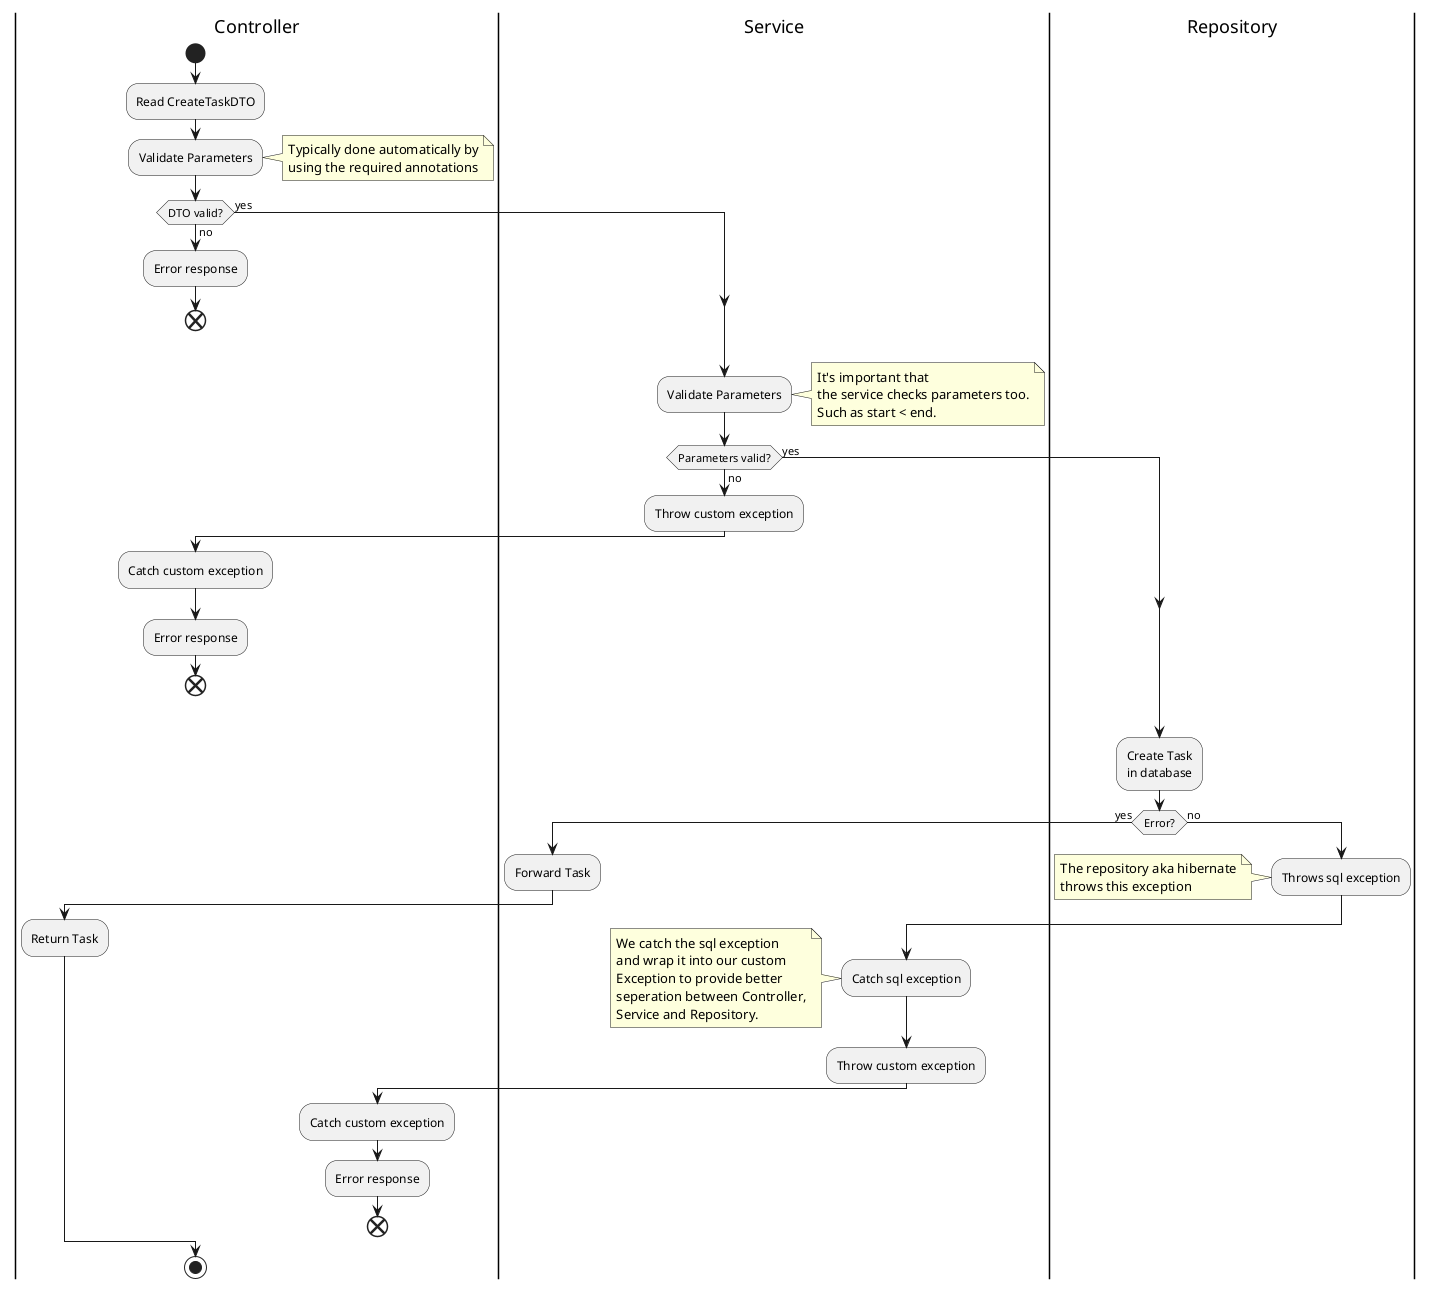
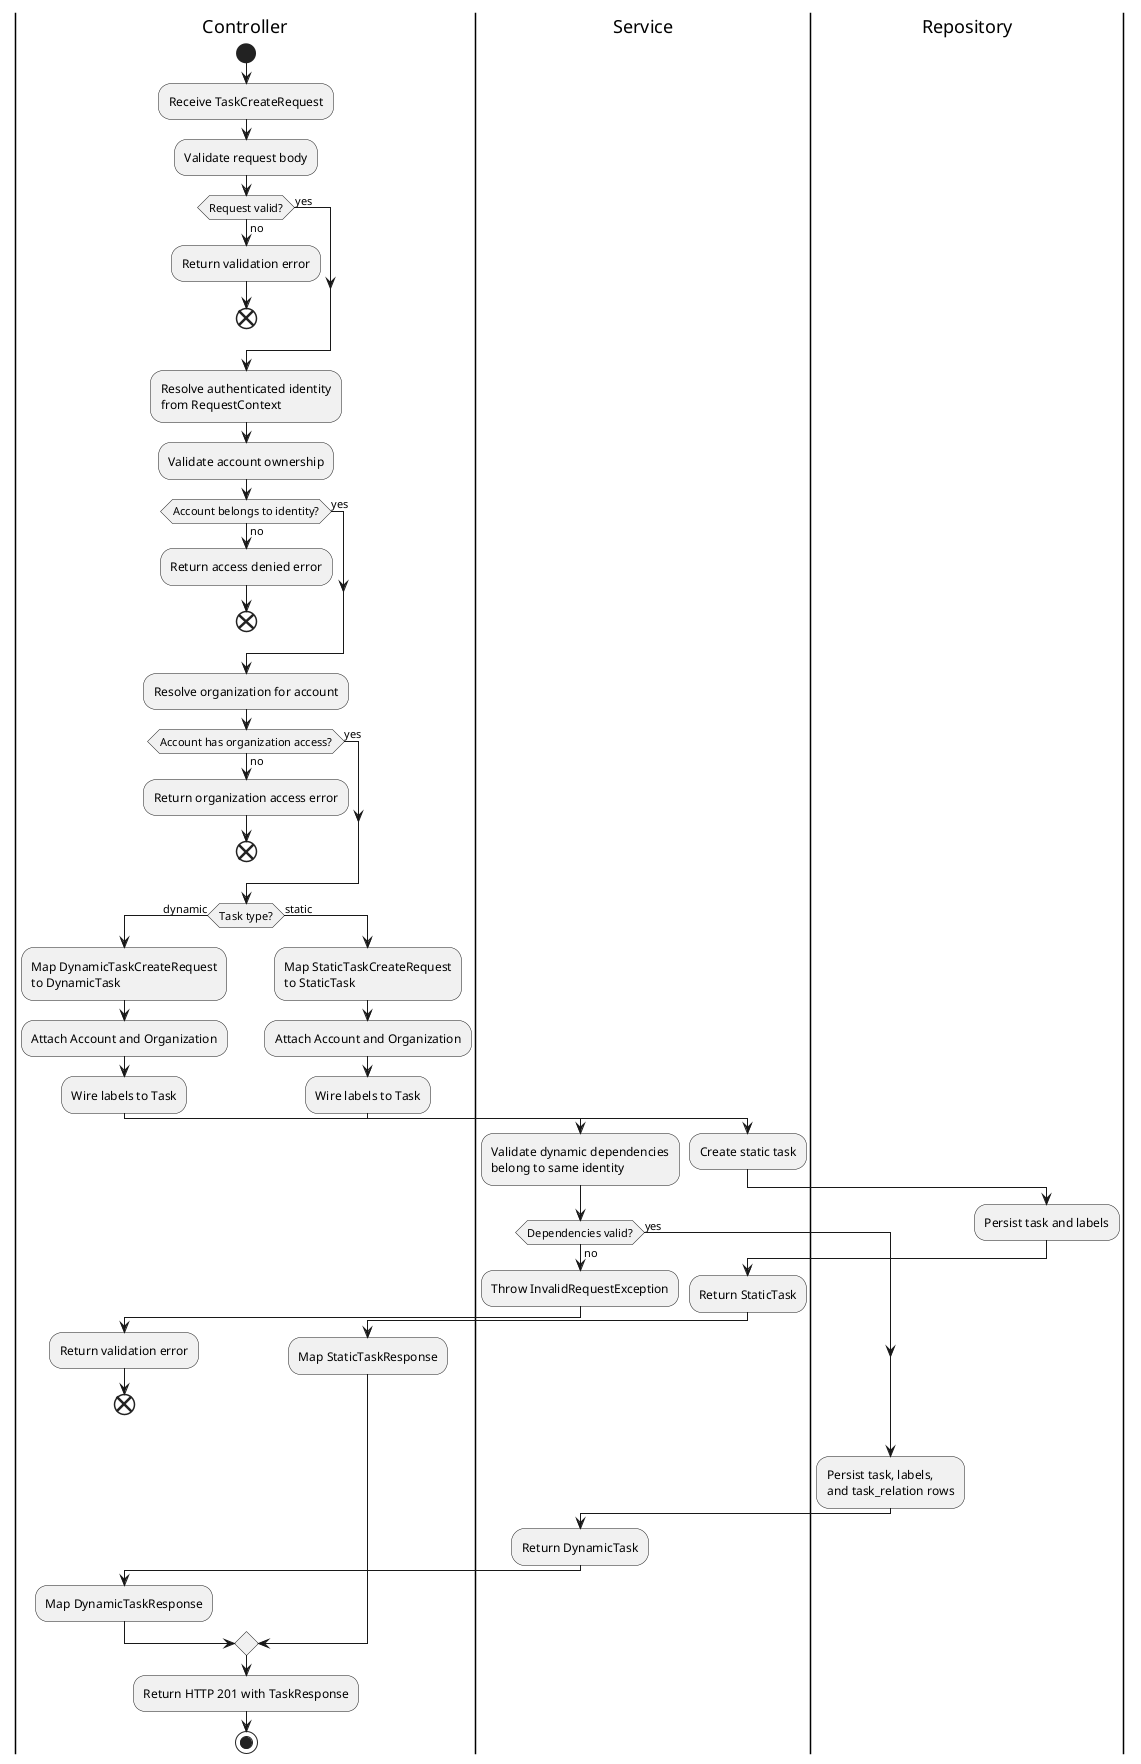
@startuml
|Controller|
start
- :Read CreateTaskDTO;
- :Validate Parameters;
- note right
-   Typically done automatically by
-   using the required annotations
- end note
- if (DTO valid?) then (yes)
+ :Receive TaskCreateRequest;
+ :Validate request body;
+ 
+ if (Request valid?) then (yes)
else (no)
-     :Error response;
+     :Return validation error;
    end
endif
- |Service|
- :Validate Parameters;
- note right
-   It's important that
-   the service checks parameters too.
-   Such as start < end.
- end note
- if (Parameters valid?) then (yes)
+ 
+ :Resolve authenticated identity
+ from RequestContext;
+ :Validate account ownership;
+ 
+ if (Account belongs to identity?) then (yes)
else (no)
-     :Throw custom exception;
-     |Controller|
-     :Catch custom exception;
-     :Error response;
+     :Return access denied error;
    end
endif
- |Repository|
- :Create Task
- in database;
- if (Error?) then (yes)
-     |Service|
-     :Forward Task;
-     |Controller|
-     :Return Task;
+ 
+ :Resolve organization for account;
+ 
+ if (Account has organization access?) then (yes)
else (no)
-     |Repository|
-     :Throws sql exception;
-     note left
-       The repository aka hibernate
-       throws this exception
-     end note
-     |Service|
-     :Catch sql exception;
-     note left
-       We catch the sql exception
-       and wrap it into our custom
-       Exception to provide better
-       seperation between Controller,
-       Service and Repository.
-     end note
-     :Throw custom exception;
-     |Controller|
-     :Catch custom exception;
-     :Error response;
+     :Return organization access error;
    end
endif
+ 
+ if (Task type?) then (dynamic)
+     :Map DynamicTaskCreateRequest
+     to DynamicTask;
+     :Attach Account and Organization;
+     :Wire labels to Task;
+     |Service|
+     :Validate dynamic dependencies
+     belong to same identity;
+     if (Dependencies valid?) then (yes)
+     else (no)
+         :Throw InvalidRequestException;
+         |Controller|
+         :Return validation error;
+         end
+     endif
+     |Repository|
+     :Persist task, labels,
+     and task_relation rows;
+     |Service|
+     :Return DynamicTask;
+     |Controller|
+     :Map DynamicTaskResponse;
+ else (static)
+     :Map StaticTaskCreateRequest
+     to StaticTask;
+     :Attach Account and Organization;
+     :Wire labels to Task;
+     |Service|
+     :Create static task;
+     |Repository|
+     :Persist task and labels;
+     |Service|
+     :Return StaticTask;
+     |Controller|
+     :Map StaticTaskResponse;
+ endif
+ 
+ :Return HTTP 201 with TaskResponse;
stop
@enduml
